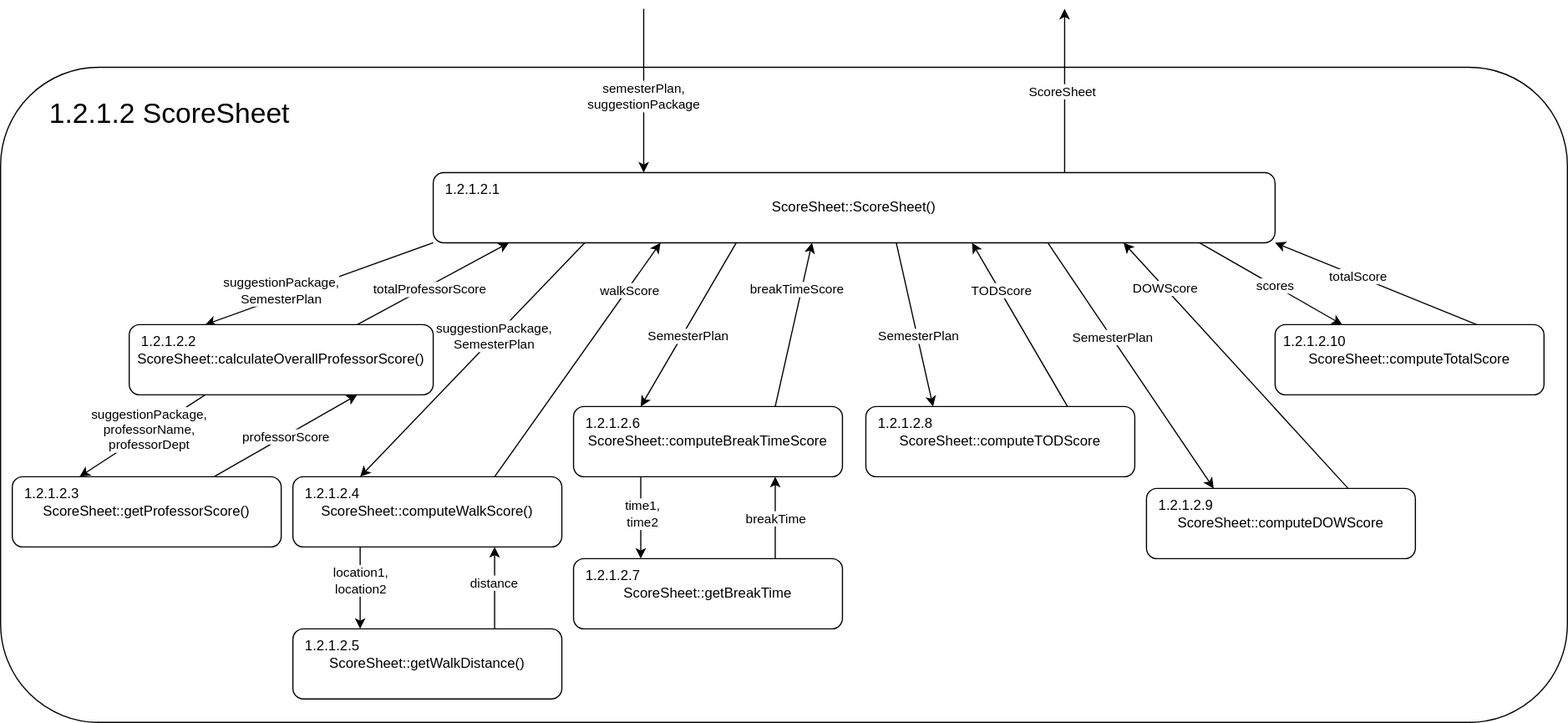
Before: Logic/TeamTwoFiles/ScoreSheetStructureChart.svg, a diagram exported from draw.io (MckennahPalmer/CSE430). Source tidied: cells renumbered, new cells last; positions are measured from the earlier drawing's top-left corner, leaving out a move shared by most shapes.
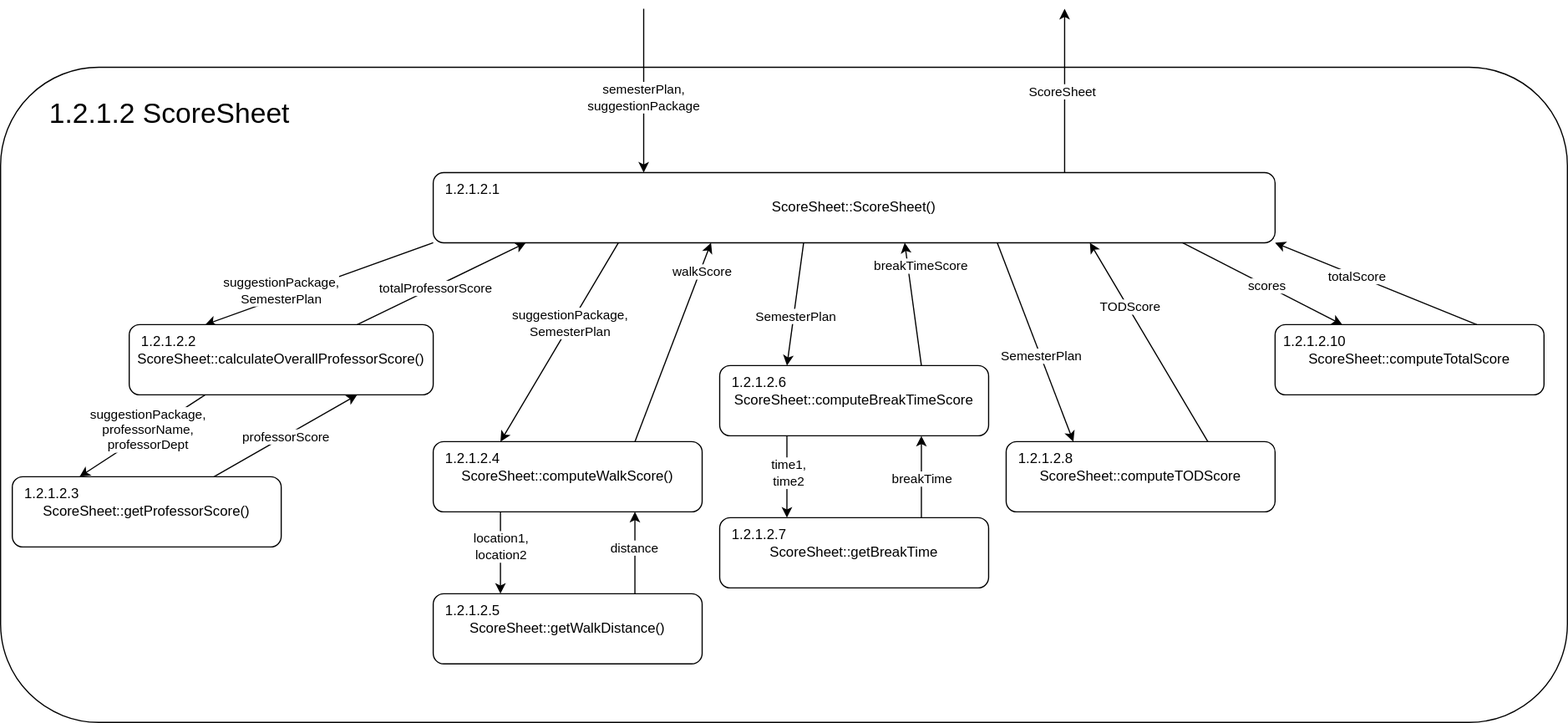
Later version of the same file.

The edit, as a diff of the source:
```diff
@@ -2,24 +2,24 @@
   <root>
     <mxCell id="0" />
     <mxCell id="1" parent="0" />
-    <mxCell id="2" style="rounded=1;whiteSpace=wrap;html=1;fillColor=none;" parent="1" vertex="1">
-      <mxGeometry y="50" width="1340" height="560" as="geometry" />
-    </mxCell>
+    <mxCell id="64" style="rounded=1;whiteSpace=wrap;html=1;fillColor=none;" parent="1" vertex="1">
+      <mxGeometry x="-10" y="40" width="1340" height="560" as="geometry" />
+    </mxCell>
-    <mxCell id="3" value="ScoreSheet::ScoreSheet()" style="rounded=1;whiteSpace=wrap;html=1;points=[[0,0,0,0,0],[0,0.25,0,0,0],[0,0.5,0,0,0],[0,0.75,0,0,0],[0,1,0,0,0],[0.09,1,0,0,0],[0.18,1,0,0,0],[0.25,0,0,0,0],[0.27,1,0,0,0],[0.36,1,0,0,0],[0.45,1,0,0,0],[0.5,0,0,0,0],[0.55,1,0,0,0],[0.64,1,0,0,0],[0.73,1,0,0,0],[0.75,0,0,0,0],[0.82,1,0,0,0],[0.91,1,0,0,0],[1,0,0,0,0],[1,0.25,0,0,0],[1,0.5,0,0,0],[1,0.75,0,0,0],[1,1,0,0,0]];" parent="1" vertex="1">
-      <mxGeometry x="370" y="140" width="720" height="60" as="geometry" />
+    <mxCell id="3" value="ScoreSheet::ScoreSheet()" style="rounded=1;whiteSpace=wrap;html=1;points=[[0,0,0,0,0],[0,0.25,0,0,0],[0,0.5,0,0,0],[0,0.75,0,0,0],[0,1,0,0,0],[0.11,1,0,0,0],[0.22,1,0,0,0],[0.25,0,0,0,0],[0.33,1,0,0,0],[0.44,1,0,0,0],[0.5,0,0,0,0],[0.56,1,0,0,0],[0.67,1,0,0,0],[0.75,0,0,0,0],[0.78,1,0,0,0],[0.89,1,0,0,0],[1,0,0,0,0],[1,0.25,0,0,0],[1,0.5,0,0,0],[1,0.75,0,0,0],[1,1,0,0,0]];" parent="1" vertex="1">
+      <mxGeometry x="360" y="130" width="720" height="60" as="geometry" />
     </mxCell>
     <mxCell id="4" value="1.2.1.2.1" style="text;html=1;align=center;verticalAlign=middle;whiteSpace=wrap;rounded=0;" parent="1" vertex="1">
-      <mxGeometry x="370" y="140" width="67.5" height="30" as="geometry" />
+      <mxGeometry x="360" y="130" width="67.5" height="30" as="geometry" />
     </mxCell>
-    <mxCell id="5" style="endArrow=classic;html=1;rounded=0;exitX=0.75;exitY=0;exitDx=0;exitDy=0;entryX=0.27;entryY=1;entryDx=0;entryDy=0;entryPerimeter=0;" parent="1" edge="1" source="34" target="3">
+    <mxCell id="5" style="endArrow=classic;html=1;rounded=0;exitX=0.75;exitY=0;exitDx=0;exitDy=0;entryX=0.33;entryY=1;entryDx=0;entryDy=0;entryPerimeter=0;" parent="1" edge="1" source="34" target="3">
       <mxGeometry relative="1" as="geometry" />
     </mxCell>
     <mxCell id="6" value="walkScore" style="edgeLabel;html=1;align=center;verticalAlign=middle;" parent="5" vertex="1">
       <mxGeometry x="-0.03" relative="1" as="geometry">
-        <mxPoint x="46" y="-63" as="offset" />
+        <mxPoint x="26" y="-63" as="offset" />
       </mxGeometry>
     </mxCell>
-    <mxCell id="7" style="endArrow=classic;html=1;rounded=0;exitX=0.75;exitY=0;exitDx=0;exitDy=0;entryX=0.45;entryY=1;entryDx=0;entryDy=0;entryPerimeter=0;" parent="1" edge="1" source="36" target="3">
+    <mxCell id="7" style="endArrow=classic;html=1;rounded=0;exitX=0.75;exitY=0;exitDx=0;exitDy=0;entryX=0.56;entryY=1;entryDx=0;entryDy=0;entryPerimeter=0;" parent="1" edge="1" source="36" target="3">
       <mxGeometry relative="1" as="geometry" />
     </mxCell>
     <mxCell id="8" value="breakTimeScore" style="edgeLabel;html=1;align=center;verticalAlign=middle;" parent="7" vertex="1">
@@ -27,7 +27,7 @@
         <mxPoint x="6" y="-43" as="offset" />
       </mxGeometry>
     </mxCell>
-    <mxCell id="9" style="endArrow=classic;html=1;rounded=0;exitX=0.75;exitY=0;exitDx=0;exitDy=0;entryX=0.64;entryY=1;entryDx=0;entryDy=0;entryPerimeter=0;" parent="1" edge="1" source="38" target="3">
+    <mxCell id="9" style="endArrow=classic;html=1;rounded=0;exitX=0.75;exitY=0;exitDx=0;exitDy=0;entryX=0.78;entryY=1;entryDx=0;entryDy=0;entryPerimeter=0;" parent="1" edge="1" source="38" target="3">
       <mxGeometry relative="1" as="geometry" />
     </mxCell>
     <mxCell id="10" value="TODScore" style="edgeLabel;html=1;align=center;verticalAlign=middle;" parent="9" vertex="1">
@@ -35,19 +35,13 @@
         <mxPoint x="-14" y="-26" as="offset" />
       </mxGeometry>
     </mxCell>
-    <mxCell id="11" style="endArrow=classic;html=1;rounded=0;exitX=0.75;exitY=0;exitDx=0;exitDy=0;entryX=0.82;entryY=1;entryDx=0;entryDy=0;entryPerimeter=0;" parent="1" edge="1" source="39" target="3">
-      <mxGeometry relative="1" as="geometry" />
-    </mxCell>
-    <mxCell id="12" value="DOWScore" style="edgeLabel;html=1;align=center;verticalAlign=middle;" parent="11" vertex="1">
-      <mxGeometry x="0.63" relative="1" as="geometry" />
-    </mxCell>
     <mxCell id="13" style="endArrow=classic;html=1;rounded=0;exitX=0.75;exitY=0;exitDx=0;exitDy=0;entryX=1;entryY=1;entryDx=0;entryDy=0;entryPerimeter=0;" parent="1" edge="1" source="40" target="3">
       <mxGeometry relative="1" as="geometry" />
     </mxCell>
     <mxCell id="14" value="totalScore" style="edgeLabel;html=1;align=center;verticalAlign=middle;" parent="13" vertex="1">
       <mxGeometry x="0.19" relative="1" as="geometry" />
     </mxCell>
-    <mxCell id="15" style="endArrow=classic;html=1;rounded=0;exitX=0.75;exitY=0;exitDx=0;exitDy=0;entryX=0.09;entryY=1;entryDx=0;entryDy=0;entryPerimeter=0;" parent="1" edge="1" source="33" target="3">
+    <mxCell id="15" style="endArrow=classic;html=1;rounded=0;exitX=0.75;exitY=0;exitDx=0;exitDy=0;entryX=0.11;entryY=1;entryDx=0;entryDy=0;entryPerimeter=0;" parent="1" edge="1" source="33" target="3">
       <mxGeometry relative="1" as="geometry" />
     </mxCell>
     <mxCell id="16" value="totalProfessorScore" style="edgeLabel;html=1;align=center;verticalAlign=middle;" parent="15" vertex="1">
@@ -58,38 +52,32 @@
     <mxCell id="17" style="endArrow=classic;html=1;rounded=0;entryX=0.25;entryY=0;entryDx=0;entryDy=0;exitX=0;exitY=1;exitDx=0;exitDy=0;exitPerimeter=0;" parent="1" edge="1" source="3" target="33">
       <mxGeometry relative="1" as="geometry" />
     </mxCell>
-    <mxCell id="18" value="suggestionPackage,&lt;br&gt;SemesterPlan" style="edgeLabel;html=1;align=center;verticalAlign=middle;" parent="17" vertex="1">
-      <mxGeometry x="-0.05" y="-3" relative="1" as="geometry">
-        <mxPoint x="-37" y="10" as="offset" />
-      </mxGeometry>
-    </mxCell>
+    <mxCell id="65" value="suggestionPackage,&lt;br&gt;SemesterPlan" style="edgeLabel;html=1;align=center;verticalAlign=middle;" parent="17" vertex="1">
+      <mxGeometry x="-0.05" y="-3" relative="1" as="geometry">
+        <mxPoint x="-37" y="10" as="offset" />
+      </mxGeometry>
+    </mxCell>
-    <mxCell id="19" style="endArrow=classic;html=1;rounded=0;entryX=0.25;entryY=0;entryDx=0;entryDy=0;exitX=0.18;exitY=1;exitDx=0;exitDy=0;exitPerimeter=0;" parent="1" edge="1" source="3" target="34">
+    <mxCell id="19" style="endArrow=classic;html=1;rounded=0;entryX=0.25;entryY=0;entryDx=0;entryDy=0;exitX=0.22;exitY=1;exitDx=0;exitDy=0;exitPerimeter=0;" parent="1" edge="1" source="3" target="34">
       <mxGeometry relative="1" as="geometry" />
     </mxCell>
-    <mxCell id="20" value="suggestionPackage,&lt;br&gt;SemesterPlan" style="edgeLabel;html=1;align=center;verticalAlign=middle;" parent="19" vertex="1">
-      <mxGeometry x="-0.19" y="-1" relative="1" as="geometry" />
-    </mxCell>
+    <mxCell id="66" value="suggestionPackage,&lt;br&gt;SemesterPlan" style="edgeLabel;html=1;align=center;verticalAlign=middle;" parent="19" vertex="1">
+      <mxGeometry x="-0.19" y="-1" relative="1" as="geometry" />
+    </mxCell>
-    <mxCell id="21" style="endArrow=classic;html=1;rounded=0;entryX=0.25;entryY=0;entryDx=0;entryDy=0;exitX=0.36;exitY=1;exitDx=0;exitDy=0;exitPerimeter=0;" parent="1" edge="1" source="3" target="36">
+    <mxCell id="21" style="endArrow=classic;html=1;rounded=0;entryX=0.25;entryY=0;entryDx=0;entryDy=0;exitX=0.44;exitY=1;exitDx=0;exitDy=0;exitPerimeter=0;" parent="1" edge="1" source="3" target="36">
       <mxGeometry relative="1" as="geometry" />
     </mxCell>
-    <mxCell id="22" value="SemesterPlan" style="edgeLabel;html=1;align=center;verticalAlign=middle;" parent="21" vertex="1">
-      <mxGeometry x="0.03" relative="1" as="geometry">
-        <mxPoint y="8" as="offset" />
-      </mxGeometry>
-    </mxCell>
+    <mxCell id="67" value="SemesterPlan" style="edgeLabel;html=1;align=center;verticalAlign=middle;" parent="21" vertex="1">
+      <mxGeometry x="0.03" relative="1" as="geometry">
+        <mxPoint y="8" as="offset" />
+      </mxGeometry>
+    </mxCell>
-    <mxCell id="23" style="endArrow=classic;html=1;rounded=0;exitX=0.55;exitY=1;exitDx=0;exitDy=0;entryX=0.25;entryY=0;entryDx=0;entryDy=0;exitPerimeter=0;" parent="1" edge="1" source="3" target="38">
+    <mxCell id="23" style="endArrow=classic;html=1;rounded=0;exitX=0.67;exitY=1;exitDx=0;exitDy=0;entryX=0.25;entryY=0;entryDx=0;entryDy=0;exitPerimeter=0;" parent="1" edge="1" source="3" target="38">
       <mxGeometry relative="1" as="geometry" />
     </mxCell>
-    <mxCell id="24" value="SemesterPlan" style="edgeLabel;html=1;align=center;verticalAlign=middle;" parent="23" vertex="1">
-      <mxGeometry x="0.14" relative="1" as="geometry" />
-    </mxCell>
-    <mxCell id="25" style="endArrow=classic;html=1;rounded=0;entryX=0.25;entryY=0;entryDx=0;entryDy=0;exitX=0.73;exitY=1;exitDx=0;exitDy=0;exitPerimeter=0;" parent="1" edge="1" source="3" target="39">
-      <mxGeometry relative="1" as="geometry" />
-    </mxCell>
-    <mxCell id="26" value="SemesterPlan" style="edgeLabel;html=1;align=center;verticalAlign=middle;" parent="25" vertex="1">
-      <mxGeometry x="-0.23" relative="1" as="geometry" />
-    </mxCell>
+    <mxCell id="68" value="SemesterPlan" style="edgeLabel;html=1;align=center;verticalAlign=middle;" parent="23" vertex="1">
+      <mxGeometry x="0.14" relative="1" as="geometry" />
+    </mxCell>
-    <mxCell id="27" style="endArrow=classic;html=1;rounded=0;exitX=0.91;exitY=1;exitDx=0;exitDy=0;entryX=0.25;entryY=0;entryDx=0;entryDy=0;exitPerimeter=0;" parent="1" edge="1" source="3" target="40">
+    <mxCell id="27" style="endArrow=classic;html=1;rounded=0;exitX=0.89;exitY=1;exitDx=0;exitDy=0;entryX=0.25;entryY=0;entryDx=0;entryDy=0;exitPerimeter=0;" parent="1" edge="1" source="3" target="40">
       <mxGeometry relative="1" as="geometry" />
     </mxCell>
     <mxCell id="28" value="scores" style="edgeLabel;html=1;align=center;verticalAlign=middle;" parent="27" vertex="1">
@@ -97,47 +85,44 @@
         <mxPoint y="-1" as="offset" />
       </mxGeometry>
     </mxCell>
-    <mxCell id="29" style="endArrow=classic;html=1;rounded=0;entryX=0.25;entryY=0;entryDx=0;entryDy=0;entryPerimeter=0;" parent="1" edge="1" target="3">
-      <mxGeometry relative="1" as="geometry">
-        <mxPoint x="550" as="sourcePoint" />
-      </mxGeometry>
-    </mxCell>
+    <mxCell id="69" style="endArrow=classic;html=1;rounded=0;entryX=0.25;entryY=0;entryDx=0;entryDy=0;entryPerimeter=0;" parent="1" edge="1" target="3">
+      <mxGeometry relative="1" as="geometry">
+        <mxPoint x="540" y="-10" as="sourcePoint" />
+      </mxGeometry>
+    </mxCell>
-    <mxCell id="30" value="semesterPlan,&lt;br&gt;suggestionPackage" style="edgeLabel;html=1;align=center;verticalAlign=middle;" parent="29" vertex="1">
+    <mxCell id="30" value="semesterPlan,&lt;br&gt;suggestionPackage" style="edgeLabel;html=1;align=center;verticalAlign=middle;" parent="69" vertex="1">
       <mxGeometry x="-0.16" y="-1" relative="1" as="geometry">
         <mxPoint y="16" as="offset" />
       </mxGeometry>
     </mxCell>
-    <mxCell id="31" style="endArrow=classic;html=1;rounded=0;exitX=0.75;exitY=0;exitDx=0;exitDy=0;exitPerimeter=0;" parent="1" edge="1" source="3">
-      <mxGeometry relative="1" as="geometry">
-        <mxPoint x="910" as="targetPoint" />
-      </mxGeometry>
-    </mxCell>
+    <mxCell id="70" style="endArrow=classic;html=1;rounded=0;exitX=0.75;exitY=0;exitDx=0;exitDy=0;exitPerimeter=0;" parent="1" edge="1" source="3">
+      <mxGeometry relative="1" as="geometry">
+        <mxPoint x="900" y="-10" as="targetPoint" />
+      </mxGeometry>
+    </mxCell>
-    <mxCell id="32" value="ScoreSheet" style="edgeLabel;html=1;align=center;verticalAlign=middle;" parent="31" vertex="1">
+    <mxCell id="32" value="ScoreSheet" style="edgeLabel;html=1;align=center;verticalAlign=middle;" parent="70" vertex="1">
       <mxGeometry x="0.01" y="3" relative="1" as="geometry" />
     </mxCell>
     <mxCell id="33" value="ScoreSheet::calculateOverallProfessorScore()" style="rounded=1;whiteSpace=wrap;html=1;" parent="1" vertex="1">
-      <mxGeometry x="110" y="270" width="260" height="60" as="geometry" />
+      <mxGeometry x="100" y="260" width="260" height="60" as="geometry" />
     </mxCell>
     <mxCell id="34" value="ScoreSheet::computeWalkScore()" style="rounded=1;whiteSpace=wrap;html=1;" parent="1" vertex="1">
-      <mxGeometry x="250" y="400" width="230" height="60" as="geometry" />
+      <mxGeometry x="360" y="360" width="230" height="60" as="geometry" />
     </mxCell>
     <mxCell id="35" value="ScoreSheet::getWalkDistance()" style="rounded=1;whiteSpace=wrap;html=1;" parent="1" vertex="1">
-      <mxGeometry x="250" y="530" width="230" height="60" as="geometry" />
+      <mxGeometry x="360" y="490" width="230" height="60" as="geometry" />
     </mxCell>
     <mxCell id="36" value="ScoreSheet::computeBreakTimeScore" style="rounded=1;whiteSpace=wrap;html=1;" parent="1" vertex="1">
-      <mxGeometry x="490" y="340" width="230" height="60" as="geometry" />
+      <mxGeometry x="605" y="295" width="230" height="60" as="geometry" />
     </mxCell>
     <mxCell id="37" value="ScoreSheet::getBreakTime" style="rounded=1;whiteSpace=wrap;html=1;" parent="1" vertex="1">
-      <mxGeometry x="490" y="470" width="230" height="60" as="geometry" />
+      <mxGeometry x="605" y="425" width="230" height="60" as="geometry" />
     </mxCell>
     <mxCell id="38" value="ScoreSheet::computeTODScore" style="rounded=1;whiteSpace=wrap;html=1;" parent="1" vertex="1">
-      <mxGeometry x="740" y="340" width="230" height="60" as="geometry" />
+      <mxGeometry x="850" y="360" width="230" height="60" as="geometry" />
     </mxCell>
-    <mxCell id="39" value="ScoreSheet::computeDOWScore" style="rounded=1;whiteSpace=wrap;html=1;" parent="1" vertex="1">
-      <mxGeometry x="980" y="410" width="230" height="60" as="geometry" />
-    </mxCell>
     <mxCell id="40" value="ScoreSheet::computeTotalScore" style="rounded=1;whiteSpace=wrap;html=1;" parent="1" vertex="1">
-      <mxGeometry x="1090" y="270" width="230" height="60" as="geometry" />
+      <mxGeometry x="1080" y="260" width="230" height="60" as="geometry" />
     </mxCell>
     <mxCell id="41" style="endArrow=classic;html=1;rounded=0;exitX=0.25;exitY=1;exitDx=0;exitDy=0;entryX=0.25;entryY=0;entryDx=0;entryDy=0;" parent="1" edge="1" source="34" target="35">
       <mxGeometry relative="1" as="geometry" />
@@ -164,10 +149,10 @@
       <mxGeometry x="-0.11" y="1" relative="1" as="geometry" />
     </mxCell>
     <mxCell id="49" value="1.2.1.2 ScoreSheet" style="text;html=1;align=left;verticalAlign=middle;whiteSpace=wrap;rounded=0;fontSize=24;" parent="1" vertex="1">
-      <mxGeometry x="40" y="70" width="240" height="40" as="geometry" />
+      <mxGeometry x="30" y="60" width="240" height="40" as="geometry" />
     </mxCell>
     <mxCell id="50" value="ScoreSheet::getProfessorScore()" style="rounded=1;whiteSpace=wrap;html=1;" parent="1" vertex="1">
-      <mxGeometry x="10" y="400" width="230" height="60" as="geometry" />
+      <mxGeometry y="390" width="230" height="60" as="geometry" />
     </mxCell>
     <mxCell id="51" style="endArrow=classic;html=1;rounded=0;entryX=0.25;entryY=0;entryDx=0;entryDy=0;exitX=0.25;exitY=1;exitDx=0;exitDy=0;" parent="1" edge="1" source="33" target="50">
       <mxGeometry relative="1" as="geometry" />
@@ -182,31 +167,28 @@
       <mxGeometry x="-0.01" relative="1" as="geometry" />
     </mxCell>
     <mxCell id="55" value="1.2.1.2.2" style="text;html=1;align=center;verticalAlign=middle;whiteSpace=wrap;rounded=0;" parent="1" vertex="1">
-      <mxGeometry x="110" y="270" width="67.5" height="30" as="geometry" />
+      <mxGeometry x="100" y="260" width="67.5" height="30" as="geometry" />
     </mxCell>
     <mxCell id="56" value="1.2.1.2.3" style="text;html=1;align=center;verticalAlign=middle;whiteSpace=wrap;rounded=0;" parent="1" vertex="1">
-      <mxGeometry x="10" y="400" width="67.5" height="30" as="geometry" />
+      <mxGeometry y="390" width="67.5" height="30" as="geometry" />
     </mxCell>
     <mxCell id="57" value="1.2.1.2.4" style="text;html=1;align=center;verticalAlign=middle;whiteSpace=wrap;rounded=0;" parent="1" vertex="1">
-      <mxGeometry x="250" y="400" width="67.5" height="30" as="geometry" />
+      <mxGeometry x="360" y="360" width="67.5" height="30" as="geometry" />
     </mxCell>
     <mxCell id="58" value="1.2.1.2.5" style="text;html=1;align=center;verticalAlign=middle;whiteSpace=wrap;rounded=0;" parent="1" vertex="1">
-      <mxGeometry x="250" y="530" width="67.5" height="30" as="geometry" />
+      <mxGeometry x="360" y="490" width="67.5" height="30" as="geometry" />
     </mxCell>
     <mxCell id="59" value="1.2.1.2.6" style="text;html=1;align=center;verticalAlign=middle;whiteSpace=wrap;rounded=0;" parent="1" vertex="1">
-      <mxGeometry x="490" y="340" width="67.5" height="30" as="geometry" />
+      <mxGeometry x="605" y="295" width="67.5" height="30" as="geometry" />
     </mxCell>
     <mxCell id="60" value="1.2.1.2.7" style="text;html=1;align=center;verticalAlign=middle;whiteSpace=wrap;rounded=0;" parent="1" vertex="1">
-      <mxGeometry x="490" y="470" width="67.5" height="30" as="geometry" />
+      <mxGeometry x="605" y="425" width="67.5" height="30" as="geometry" />
     </mxCell>
     <mxCell id="61" value="1.2.1.2.8" style="text;html=1;align=center;verticalAlign=middle;whiteSpace=wrap;rounded=0;" parent="1" vertex="1">
-      <mxGeometry x="740" y="340" width="67.5" height="30" as="geometry" />
+      <mxGeometry x="850" y="360" width="67.5" height="30" as="geometry" />
     </mxCell>
-    <mxCell id="62" value="1.2.1.2.9" style="text;html=1;align=center;verticalAlign=middle;whiteSpace=wrap;rounded=0;" parent="1" vertex="1">
-      <mxGeometry x="980" y="410" width="67.5" height="30" as="geometry" />
-    </mxCell>
     <mxCell id="63" value="1.2.1.2.10" style="text;html=1;align=center;verticalAlign=middle;whiteSpace=wrap;rounded=0;" parent="1" vertex="1">
-      <mxGeometry x="1090" y="270" width="67.5" height="30" as="geometry" />
+      <mxGeometry x="1080" y="260" width="67.5" height="30" as="geometry" />
     </mxCell>
   </root>
 </mxGraphModel>
```
